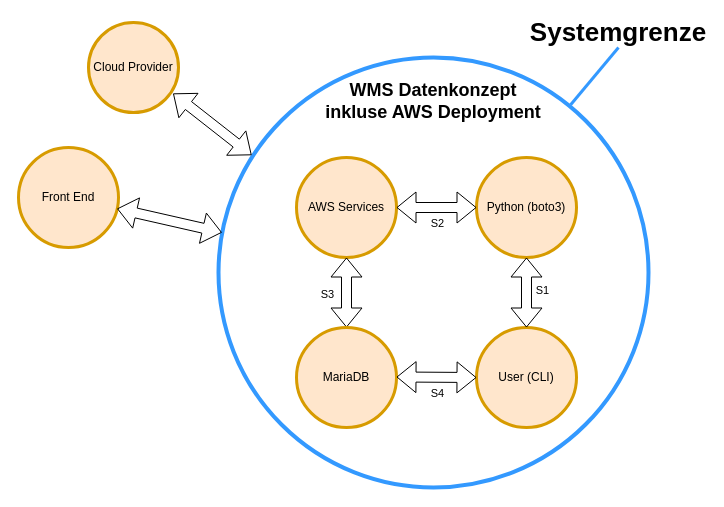
Earlier version of the draw.io diagram bilder/Systemgrenzen.drawio (blro-ep/ITCNE23-SEM-III). Source tidied: cells renumbered, new cells numbered last; positions are measured from the earlier drawing's top-left corner, leaving out a move shared by most shapes. Both pictures are drawn from the tidied source at 100%, with x=0, y=0 at pixel (18, 17).
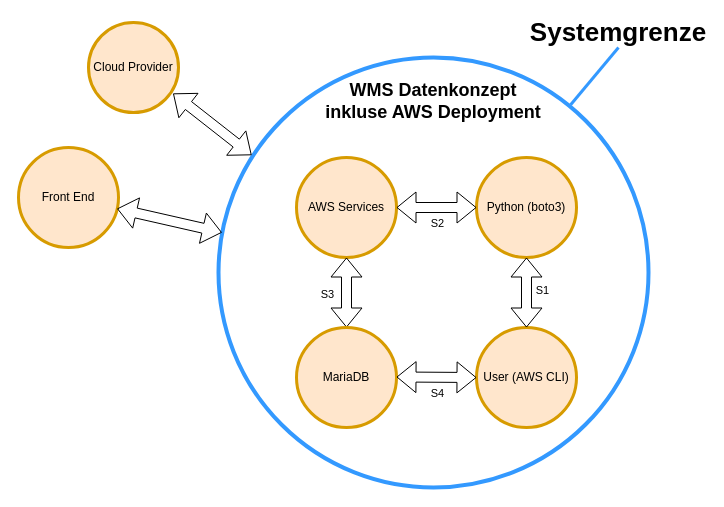
After the change.

What changed in the source:
```diff
@@
 <mxGraphModel>
   <root>
     <mxCell id="0" />
     <mxCell id="1" parent="0" />
     <mxCell id="2" value="&lt;h1&gt;&lt;/h1&gt;&lt;h2 style=&quot;font-size: 18px;&quot; class=&quot;splunk2-h3&quot;&gt;&lt;div style=&quot;&quot;&gt;WMS Datenkonzept&lt;br&gt;inkluse AWS Deployment&lt;/div&gt;&lt;/h2&gt;" style="ellipse;whiteSpace=wrap;html=1;strokeWidth=4;strokeColor=#3399FF;align=center;verticalAlign=top;" parent="1" vertex="1">
       <mxGeometry x="200" y="40" width="430" height="430" as="geometry" />
     </mxCell>
     <mxCell id="3" value="Cloud Provider" style="ellipse;whiteSpace=wrap;html=1;fillColor=#ffe6cc;strokeColor=#d79b00;strokeWidth=3;shadow=0;" parent="1" vertex="1">
       <mxGeometry x="70" y="5" width="90" height="90" as="geometry" />
     </mxCell>
     <mxCell id="4" value="Front End" style="ellipse;whiteSpace=wrap;html=1;fillColor=#ffe6cc;strokeColor=#d79b00;strokeWidth=3;" parent="1" vertex="1">
       <mxGeometry y="130" width="100" height="100" as="geometry" />
     </mxCell>
     <mxCell id="5" style="shape=flexArrow;endArrow=classic;startArrow=classic;html=1;rounded=0;entryX=0.94;entryY=0.789;entryDx=0;entryDy=0;entryPerimeter=0;exitX=0.077;exitY=0.227;exitDx=0;exitDy=0;exitPerimeter=0;" parent="1" edge="1" source="2" target="3">
       <mxGeometry relative="1" as="geometry" />
     </mxCell>
     <mxCell id="6" style="shape=flexArrow;endArrow=classic;startArrow=classic;html=1;rounded=0;entryX=0.986;entryY=0.612;entryDx=0;entryDy=0;entryPerimeter=0;exitX=0.008;exitY=0.407;exitDx=0;exitDy=0;exitPerimeter=0;" parent="1" edge="1" source="2" target="4">
       <mxGeometry relative="1" as="geometry" />
     </mxCell>
     <mxCell id="7" value="&lt;font size=&quot;1&quot; style=&quot;&quot;&gt;&lt;b style=&quot;font-size: 26px;&quot;&gt;Systemgrenze&lt;/b&gt;&lt;/font&gt;" style="text;html=1;strokeColor=none;fillColor=none;align=center;verticalAlign=middle;whiteSpace=wrap;rounded=0;" parent="1" vertex="1">
       <mxGeometry x="520" width="160" height="30" as="geometry" />
     </mxCell>
     <mxCell id="8" style="endArrow=none;html=1;rounded=0;entryX=0.5;entryY=1;entryDx=0;entryDy=0;exitX=0.819;exitY=0.11;exitDx=0;exitDy=0;exitPerimeter=0;strokeColor=#3399FF;strokeWidth=3;" parent="1" edge="1" source="2" target="7">
       <mxGeometry relative="1" as="geometry" />
     </mxCell>
     <mxCell id="9" value="&lt;br&gt;" style="edgeLabel;html=1;align=center;verticalAlign=middle;" parent="8" vertex="1">
       <mxGeometry x="-0.23" y="-3" relative="1" as="geometry" />
     </mxCell>
     <mxCell id="10" value="Python (boto3)" style="ellipse;whiteSpace=wrap;html=1;fillColor=#ffe6cc;strokeColor=#d79b00;strokeWidth=3;" parent="1" vertex="1">
       <mxGeometry x="458" y="140" width="100" height="100" as="geometry" />
     </mxCell>
     <mxCell id="11" value="AWS Services" style="ellipse;whiteSpace=wrap;html=1;fillColor=#ffe6cc;strokeColor=#d79b00;strokeWidth=3;" parent="1" vertex="1">
       <mxGeometry x="278" y="140" width="100" height="100" as="geometry" />
     </mxCell>
     <mxCell id="12" value="S2" style="shape=flexArrow;endArrow=classic;startArrow=classic;html=1;rounded=0;verticalAlign=middle;" parent="1" edge="1" source="11" target="10">
       <mxGeometry x="0.03" y="-16" relative="1" as="geometry" />
     </mxCell>
-    <mxCell id="13" value="User (CLI)" style="ellipse;whiteSpace=wrap;html=1;fillColor=#ffe6cc;strokeColor=#d79b00;strokeWidth=3;" parent="1" vertex="1">
+    <mxCell id="13" value="User (AWS CLI)" style="ellipse;whiteSpace=wrap;html=1;fillColor=#ffe6cc;strokeColor=#d79b00;strokeWidth=3;" parent="1" vertex="1">
       <mxGeometry x="458" y="310" width="100" height="100" as="geometry" />
     </mxCell>
     <mxCell id="14" value="S1" style="shape=flexArrow;endArrow=classic;startArrow=classic;html=1;rounded=0;verticalAlign=middle;entryX=0.5;entryY=1;entryDx=0;entryDy=0;" parent="1" edge="1" source="13" target="10">
       <mxGeometry x="0.06" y="-16" relative="1" as="geometry" />
     </mxCell>
     <mxCell id="15" value="S3" style="shape=flexArrow;endArrow=classic;startArrow=classic;html=1;rounded=0;verticalAlign=middle;" parent="1" edge="1" source="11" target="16">
       <mxGeometry x="0.04" y="-19" relative="1" as="geometry">
         <mxPoint y="1" as="offset" />
       </mxGeometry>
     </mxCell>
     <mxCell id="16" value="MariaDB" style="ellipse;whiteSpace=wrap;html=1;fillColor=#ffe6cc;strokeColor=#d79b00;strokeWidth=3;" parent="1" vertex="1">
       <mxGeometry x="278" y="310" width="100" height="100" as="geometry" />
     </mxCell>
     <mxCell id="17" value="S4" style="shape=flexArrow;endArrow=classic;startArrow=classic;html=1;rounded=0;verticalAlign=middle;" parent="1" edge="1">
       <mxGeometry x="0.03" y="-16" relative="1" as="geometry">
         <mxPoint x="378" y="359.5" as="sourcePoint" />
         <mxPoint x="458" y="360" as="targetPoint" />
       </mxGeometry>
     </mxCell>
   </root>
 </mxGraphModel>
```
